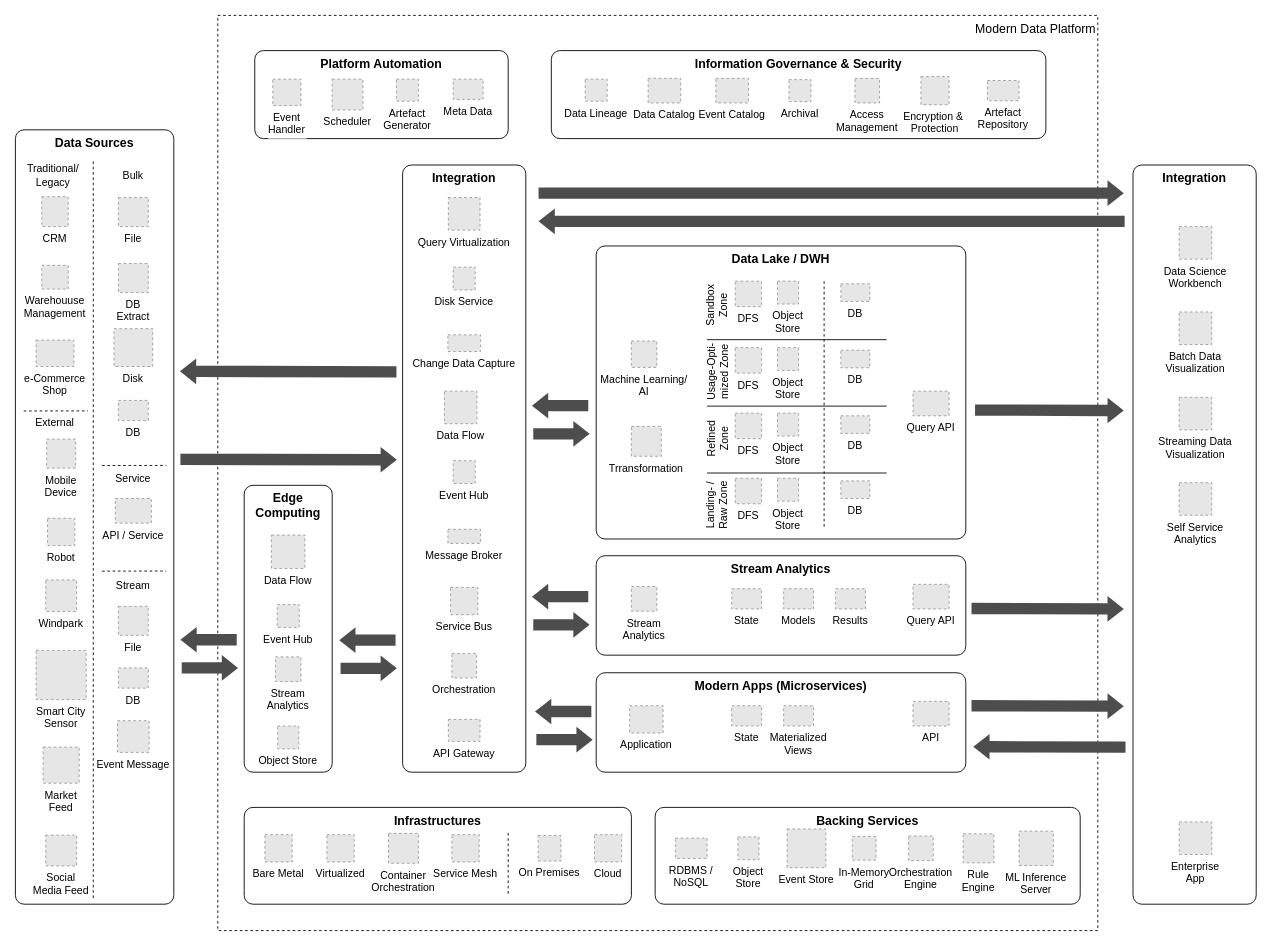
TrivadisPF/modern-dataplatform-architecture keeps this draw.io diagram as page "Reference Architecture" (1 of 10) of drawio/MDP-reference-architecture.drawio. Above is the earlier version. Source tidied: cells renumbered, new cells numbered last; positions are measured from the earlier drawing's top-left corner, leaving out a move shared by most shapes. Both pictures are drawn from the tidied source at 88%, with x=0, y=0 at pixel (15, 15). Pictures stored in the file or linked from it are replaced by grey dashed boxes.
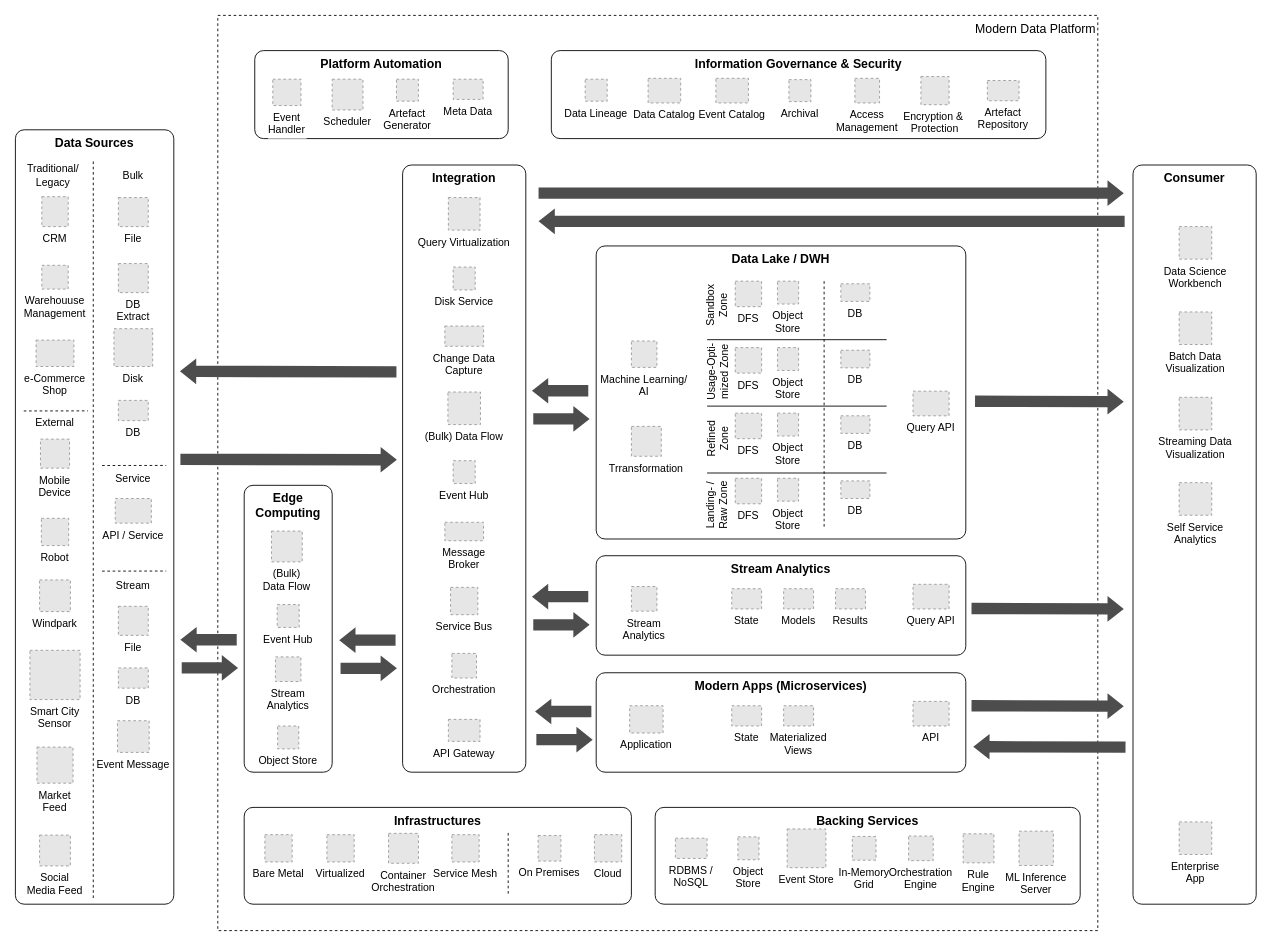
After the change.

What changed in the source:
```diff
@@
-    <mxCell id="7" value="Change Data Capture" style="fillColor=#E6E6E6;strokeColor=#999999;dashed=1;verticalLabelPosition=bottom;labelBackgroundColor=#ffffff;verticalAlign=top;" parent="1" vertex="1">
-      <mxGeometry x="491.5" y="363" width="37" height="19" as="geometry" />
-    </mxCell>
-    <mxCell id="8" value="Data Flow" style="fillColor=#E6E6E6;strokeColor=#999999;dashed=1;verticalLabelPosition=bottom;labelBackgroundColor=#ffffff;verticalAlign=top;" parent="1" vertex="1">
-      <mxGeometry x="487.5" y="427" width="37" height="37" as="geometry" />
+    <mxCell id="8" value="(Bulk) Data Flow" style="fillColor=#E6E6E6;strokeColor=#999999;dashed=1;verticalLabelPosition=bottom;labelBackgroundColor=#ffffff;verticalAlign=top;" parent="1" vertex="1">
+      <mxGeometry x="491.5" y="428" width="37" height="37" as="geometry" />
     </mxCell>
@@
-    <mxCell id="10" value="Message Broker" style="fillColor=#E6E6E6;strokeColor=#999999;dashed=1;verticalLabelPosition=bottom;labelBackgroundColor=#ffffff;verticalAlign=top;" parent="1" vertex="1">
-      <mxGeometry x="491.5" y="584" width="37" height="16" as="geometry" />
-    </mxCell>
@@
-    <mxCell id="62" value="Data Flow" style="fillColor=#E6E6E6;strokeColor=#999999;dashed=1;verticalLabelPosition=bottom;labelBackgroundColor=#ffffff;verticalAlign=top;" parent="1" vertex="1">
-      <mxGeometry x="291" y="590.5" width="38" height="38" as="geometry" />
+    <mxCell id="62" value="(Bulk)&#10;Data Flow" style="fillColor=#E6E6E6;strokeColor=#999999;dashed=1;verticalLabelPosition=bottom;labelBackgroundColor=#ffffff;verticalAlign=top;" parent="1" vertex="1">
+      <mxGeometry x="291" y="586" width="35" height="35" as="geometry" />
     </mxCell>
@@
     <mxCell id="75" style="shape=flexArrow;endArrow=classic;html=1;strokeColor=none;fillColor=#4D4D4D;width=12.857142857142856;endSize=5.8238095238095235;endWidth=15.306122448979593;" parent="1" edge="1">
       <mxGeometry relative="1" as="geometry">
-        <mxPoint x="588" y="475.5" as="sourcePoint" />
-        <mxPoint x="653" y="475.5" as="targetPoint" />
+        <mxPoint x="588" y="458.5" as="sourcePoint" />
+        <mxPoint x="653" y="458.5" as="targetPoint" />
       </mxGeometry>
     </mxCell>
     <mxCell id="76" style="shape=flexArrow;endArrow=classic;html=1;strokeColor=none;fillColor=#4D4D4D;width=12.857142857142856;endSize=5.8238095238095235;endWidth=15.306122448979593;" parent="1" edge="1">
       <mxGeometry relative="1" as="geometry">
-        <mxPoint x="651.5" y="443.5" as="sourcePoint" />
-        <mxPoint x="586.5" y="443.5" as="targetPoint" />
+        <mxPoint x="651.5" y="426.5" as="sourcePoint" />
+        <mxPoint x="586.5" y="426.5" as="targetPoint" />
       </mxGeometry>
     </mxCell>
@@
     <mxCell id="94" value="Mobile &#10;Device" style="fillColor=#E6E6E6;strokeColor=#999999;dashed=1;verticalLabelPosition=bottom;labelBackgroundColor=#ffffff;verticalAlign=top;" parent="1" vertex="1">
-      <mxGeometry x="35.5" y="481.5" width="33" height="33" as="geometry" />
+      <mxGeometry x="28.5" y="481.5" width="33" height="33" as="geometry" />
     </mxCell>
     <mxCell id="95" value="Robot" style="fillColor=#E6E6E6;strokeColor=#999999;dashed=1;verticalLabelPosition=bottom;labelBackgroundColor=#ffffff;verticalAlign=top;" parent="1" vertex="1">
-      <mxGeometry x="36.5" y="571.5" width="31" height="31" as="geometry" />
+      <mxGeometry x="29.5" y="571.5" width="31" height="31" as="geometry" />
     </mxCell>
     <mxCell id="96" value="Windpark" style="fillColor=#E6E6E6;strokeColor=#999999;dashed=1;verticalLabelPosition=bottom;labelBackgroundColor=#ffffff;verticalAlign=top;" parent="1" vertex="1">
-      <mxGeometry x="34.5" y="641.5" width="35" height="36" as="geometry" />
+      <mxGeometry x="27.5" y="641.5" width="35" height="36" as="geometry" />
     </mxCell>
     <mxCell id="97" value="Smart City&#10;Sensor" style="fillColor=#E6E6E6;strokeColor=#999999;dashed=1;verticalLabelPosition=bottom;labelBackgroundColor=#ffffff;verticalAlign=top;" parent="1" vertex="1">
-      <mxGeometry x="23.5" y="721.5" width="57" height="56" as="geometry" />
+      <mxGeometry x="16.5" y="721.5" width="57" height="56" as="geometry" />
     </mxCell>
     <mxCell id="98" value="Market&#10;Feed" style="fillColor=#E6E6E6;strokeColor=#999999;dashed=1;verticalLabelPosition=bottom;labelBackgroundColor=#ffffff;verticalAlign=top;" parent="1" vertex="1">
-      <mxGeometry x="31.5" y="831.5" width="41" height="41" as="geometry" />
+      <mxGeometry x="24.5" y="831.5" width="41" height="41" as="geometry" />
     </mxCell>
     <mxCell id="99" value="Social&#10;Media Feed" style="fillColor=#E6E6E6;strokeColor=#999999;dashed=1;verticalLabelPosition=bottom;labelBackgroundColor=#ffffff;verticalAlign=top;" parent="1" vertex="1">
-      <mxGeometry x="34.5" y="931.5" width="35" height="35" as="geometry" />
+      <mxGeometry x="27.5" y="931.5" width="35" height="35" as="geometry" />
     </mxCell>
@@
-    <mxCell id="114" value="&lt;b&gt;&lt;font style=&quot;font-size: 14px&quot;&gt;Integration&lt;/font&gt;&lt;/b&gt;" style="rounded=1;whiteSpace=wrap;html=1;labelBackgroundColor=none;strokeColor=#000000;strokeWidth=1;fillColor=none;fontColor=#000000;arcSize=20;absoluteArcSize=1;horizontal=1;verticalAlign=top;" parent="1" vertex="1">
+    <mxCell id="114" value="&lt;b&gt;&lt;font style=&quot;font-size: 14px&quot;&gt;Consumer&lt;/font&gt;&lt;/b&gt;" style="rounded=1;whiteSpace=wrap;html=1;labelBackgroundColor=none;strokeColor=#000000;strokeWidth=1;fillColor=none;fontColor=#000000;arcSize=20;absoluteArcSize=1;horizontal=1;verticalAlign=top;" parent="1" vertex="1">
       <mxGeometry x="1270" y="170" width="140" height="840" as="geometry" />
     </mxCell>
@@
     <mxCell id="123" style="shape=flexArrow;endArrow=classic;html=1;strokeColor=none;fillColor=#4D4D4D;width=12.857142857142856;endSize=5.8238095238095235;endWidth=15.306122448979593;" parent="1" edge="1">
       <mxGeometry relative="1" as="geometry">
-        <mxPoint x="1090" y="448.5" as="sourcePoint" />
-        <mxPoint x="1260" y="449" as="targetPoint" />
+        <mxPoint x="1090" y="438.5" as="sourcePoint" />
+        <mxPoint x="1260" y="439" as="targetPoint" />
       </mxGeometry>
     </mxCell>
@@
+    <mxCell id="10" value="Message&#10;Broker" style="fillColor=#E6E6E6;strokeColor=#999999;dashed=1;verticalLabelPosition=bottom;labelBackgroundColor=#ffffff;verticalAlign=top;fontColor=#000000;align=center;" parent="1" vertex="1">
+      <mxGeometry x="488" y="576" width="44" height="21" as="geometry" />
+    </mxCell>
+    <mxCell id="7" value="Change Data&#10;Capture" style="fillColor=#E6E6E6;strokeColor=#999999;dashed=1;verticalLabelPosition=bottom;labelBackgroundColor=#ffffff;verticalAlign=top;fontColor=#000000;align=center;" parent="1" vertex="1">
+      <mxGeometry x="488" y="353" width="44" height="23" as="geometry" />
+    </mxCell>
```
